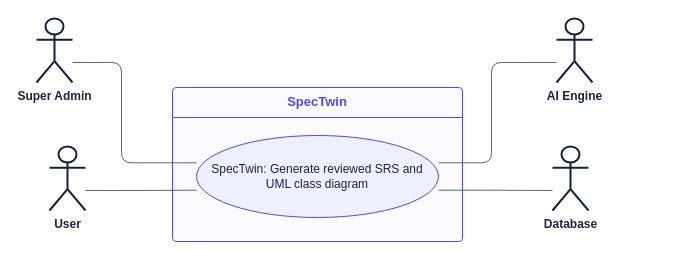
Above: page "Fig 1 - Level 0 Use Case Diagram of SpecTwin" (1 of 24) of docs/report/SpecTwin_Diagrams.drawio in sazidmahin/SPL-3 (draw.io), before the change. Source tidied: cells renumbered, new cells numbered last; positions are measured from the earlier drawing's top-left corner, leaving out a move shared by most shapes. Both pictures are drawn from the tidied source at 100%, with x=0, y=0 at pixel (36, 18).
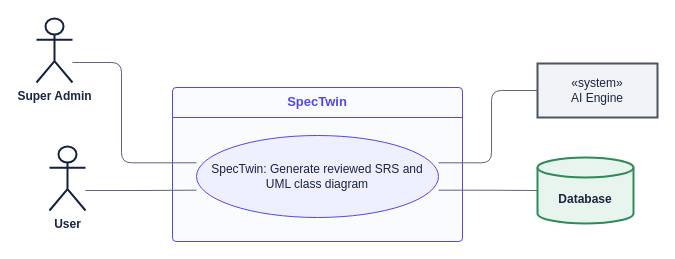
Above is the later version.

Commit message (it also covers changes not shown here):
docs: show system actors as system shapes and make Figure 13 a whole-pipeline state diagram

Database is drawn as a cylinder and AI engines, email and other services
as <<system>> boxes; only people stay as stick-figure actors. Figure 13
now covers the full run: six stages, completion, publishing, failure
and reopen paths. The report text and states table are updated to match.

Diff of the diagram source:
```diff
@@
 <mxGraphModel>
   <root>
     <mxCell id="0" />
     <mxCell id="1" parent="0" />
     <mxCell id="2" value="User" style="shape=umlActor;verticalLabelPosition=bottom;verticalAlign=top;html=1;outlineConnect=0;fillColor=#FFFFFF;strokeColor=#14213D;strokeWidth=2;fontColor=#1B2440;fontStyle=1;fontFamily=Helvetica;fontSize=12;" parent="1" vertex="1">
       <mxGeometry x="13" y="128" width="36" height="64" as="geometry" />
     </mxCell>
     <mxCell id="3" value="Super Admin" style="shape=umlActor;verticalLabelPosition=bottom;verticalAlign=top;html=1;outlineConnect=0;fillColor=#FFFFFF;strokeColor=#14213D;strokeWidth=2;fontColor=#1B2440;fontStyle=1;fontFamily=Helvetica;fontSize=12;" parent="1" vertex="1">
       <mxGeometry width="36" height="64" as="geometry" />
     </mxCell>
-    <mxCell id="4" value="AI Engine" style="shape=umlActor;verticalLabelPosition=bottom;verticalAlign=top;html=1;outlineConnect=0;fillColor=#FFFFFF;strokeColor=#14213D;strokeWidth=2;fontColor=#1B2440;fontStyle=1;fontFamily=Helvetica;fontSize=12;" parent="1" vertex="1">
-      <mxGeometry x="520" width="36" height="64" as="geometry" />
+    <mxCell id="4" value="«system»&lt;br&gt;AI Engine" style="rounded=0;whiteSpace=wrap;html=1;fillColor=#F1F3F7;strokeColor=#4B5563;strokeWidth=2;fontColor=#1B2440;fontFamily=Helvetica;fontSize=12;" parent="1" vertex="1">
+      <mxGeometry x="501" y="45" width="120" height="54" as="geometry" />
     </mxCell>
-    <mxCell id="5" value="Database" style="shape=umlActor;verticalLabelPosition=bottom;verticalAlign=top;html=1;outlineConnect=0;fillColor=#FFFFFF;strokeColor=#14213D;strokeWidth=2;fontColor=#1B2440;fontStyle=1;fontFamily=Helvetica;fontSize=12;" parent="1" vertex="1">
-      <mxGeometry x="516" y="128" width="36" height="64" as="geometry" />
+    <mxCell id="5" value="Database" style="shape=cylinder3;whiteSpace=wrap;html=1;boundedLbl=1;backgroundOutline=1;size=10;fillColor=#E8F5EE;strokeColor=#2E8B57;strokeWidth=2;fontColor=#1B2440;fontStyle=1;fontFamily=Helvetica;fontSize=12;" parent="1" vertex="1">
+      <mxGeometry x="501" y="139" width="96" height="66" as="geometry" />
     </mxCell>
     <mxCell id="6" value="SpecTwin" style="swimlane;startSize=30;verticalAlign=top;align=center;rounded=1;arcSize=4;html=1;whiteSpace=wrap;fillColor=#FAFBFF;swimlaneFillColor=#FAFBFF;strokeColor=#5148E5;fontColor=#5148E5;fontStyle=1;fontSize=13;fontFamily=Helvetica;" parent="1" vertex="1">
       <mxGeometry x="136" y="69" width="290" height="154" as="geometry" />
     </mxCell>
     <mxCell id="7" value="SpecTwin: Generate reviewed SRS and UML class diagram" style="shape=ellipse;perimeter=ellipsePerimeter;whiteSpace=wrap;html=1;fillColor=#EEF0FF;strokeColor=#5148E5;fontColor=#1B2440;fontFamily=Helvetica;fontSize=12;" parent="6" vertex="1">
       <mxGeometry x="24" y="48" width="242" height="82" as="geometry" />
     </mxCell>
     <mxCell id="8" style="edgeStyle=orthogonalEdgeStyle;rounded=1;html=1;strokeColor=#5B6678;fontColor=#1B2440;fontSize=11;labelBackgroundColor=#FFFFFF;endArrow=none;exitX=1.000;exitY=0.688;exitDx=0;exitDy=0;exitPerimeter=0;entryX=0.000;entryY=0.667;entryDx=0;entryDy=0;entryPerimeter=0;" parent="1" edge="1" source="2" target="7">
       <mxGeometry relative="1" as="geometry" />
     </mxCell>
     <mxCell id="9" style="edgeStyle=orthogonalEdgeStyle;rounded=1;html=1;strokeColor=#5B6678;fontColor=#1B2440;fontSize=11;labelBackgroundColor=#FFFFFF;endArrow=none;exitX=1.000;exitY=0.688;exitDx=0;exitDy=0;exitPerimeter=0;entryX=0.000;entryY=0.333;entryDx=0;entryDy=0;entryPerimeter=0;" parent="1" edge="1" source="3" target="7">
       <mxGeometry relative="1" as="geometry">
         <Array as="points">
           <mxPoint x="85" y="44" />
           <mxPoint x="85" y="145" />
         </Array>
       </mxGeometry>
     </mxCell>
-    <mxCell id="10" style="edgeStyle=orthogonalEdgeStyle;rounded=1;html=1;strokeColor=#5B6678;fontColor=#1B2440;fontSize=11;labelBackgroundColor=#FFFFFF;endArrow=none;exitX=1.000;exitY=0.333;exitDx=0;exitDy=0;exitPerimeter=0;entryX=0.000;entryY=0.688;entryDx=0;entryDy=0;entryPerimeter=0;" parent="1" edge="1" source="7" target="4">
+    <mxCell id="10" style="edgeStyle=orthogonalEdgeStyle;rounded=1;html=1;strokeColor=#5B6678;fontColor=#1B2440;fontSize=11;labelBackgroundColor=#FFFFFF;endArrow=none;exitX=1.000;exitY=0.333;exitDx=0;exitDy=0;exitPerimeter=0;entryX=0.000;entryY=0.500;entryDx=0;entryDy=0;entryPerimeter=0;" parent="1" edge="1" source="7" target="4">
       <mxGeometry relative="1" as="geometry">
         <Array as="points">
           <mxPoint x="455" y="145" />
-          <mxPoint x="455" y="44" />
+          <mxPoint x="455" y="72" />
         </Array>
       </mxGeometry>
     </mxCell>
-    <mxCell id="11" style="edgeStyle=orthogonalEdgeStyle;rounded=1;html=1;strokeColor=#5B6678;fontColor=#1B2440;fontSize=11;labelBackgroundColor=#FFFFFF;endArrow=none;exitX=1.000;exitY=0.667;exitDx=0;exitDy=0;exitPerimeter=0;entryX=0.000;entryY=0.688;entryDx=0;entryDy=0;entryPerimeter=0;" parent="1" edge="1" source="7" target="5">
+    <mxCell id="11" style="edgeStyle=orthogonalEdgeStyle;rounded=1;html=1;strokeColor=#5B6678;fontColor=#1B2440;fontSize=11;labelBackgroundColor=#FFFFFF;endArrow=none;exitX=1.000;exitY=0.667;exitDx=0;exitDy=0;exitPerimeter=0;entryX=0.000;entryY=0.500;entryDx=0;entryDy=0;entryPerimeter=0;" parent="1" edge="1" source="7" target="5">
       <mxGeometry relative="1" as="geometry" />
     </mxCell>
   </root>
 </mxGraphModel>
```
